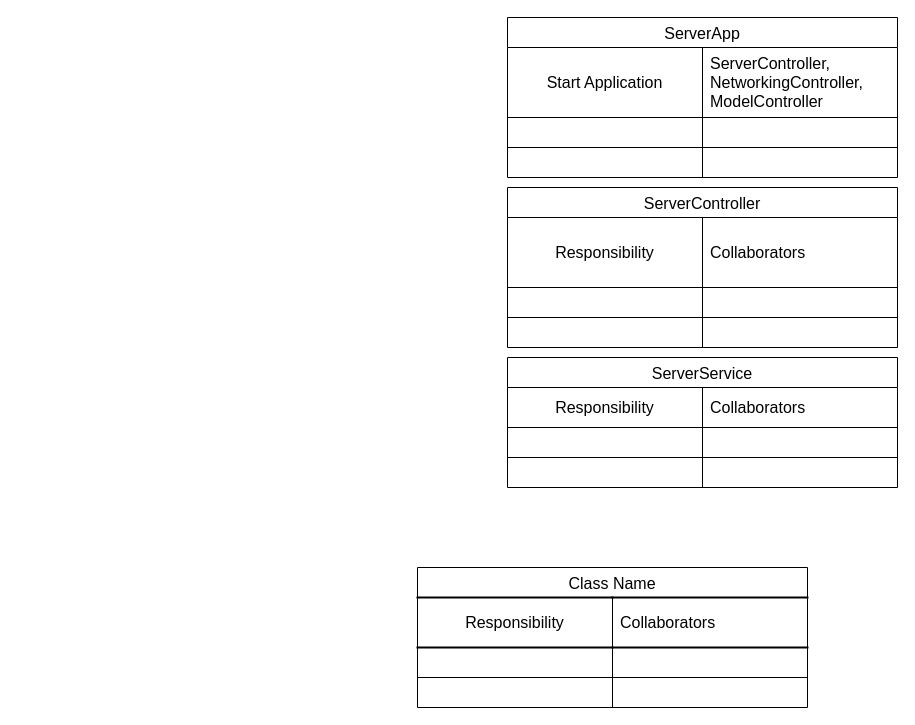
Before: page "CRC" (3 of 3) of Documentation/ImagesAndDiagrams/UMLDiagram.drawio in ForMaLTeC/Forensic-WhisperDeskZH-Word-Add-In, a draw.io diagram. Source tidied: cells renumbered, new cells numbered last; positions are measured from the earlier drawing's top-left corner, leaving out a move shared by most shapes. Both pictures are drawn from the tidied source at 100%, with x=0, y=0 at pixel (417, 17).
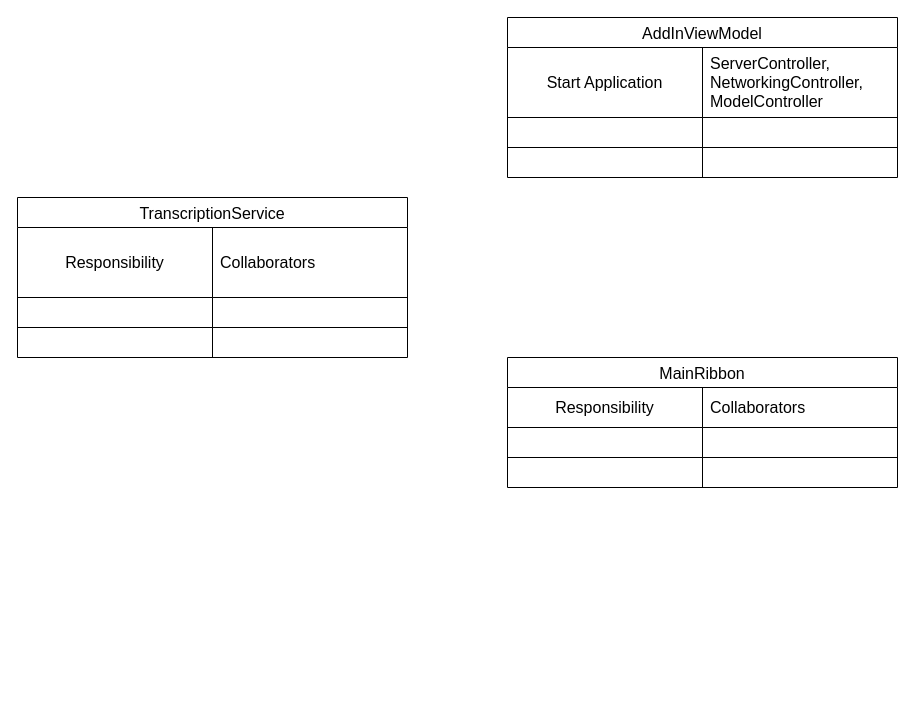
Above is the later version.

What changed in the source:
```diff
@@
-    <mxCell id="2" value="ServerController" style="shape=table;startSize=30;childLayout=tableLayout;rowLines=1;fontStyle=0;strokeColor=default;fontSize=16;" parent="1" vertex="1">
-      <mxGeometry x="90" y="170" width="390" height="160" as="geometry" />
+    <mxCell id="2" value="TranscriptionService" style="shape=table;startSize=30;childLayout=tableLayout;rowLines=1;fontStyle=0;strokeColor=default;fontSize=16;" parent="1" vertex="1">
+      <mxGeometry x="-400" y="180" width="390" height="160" as="geometry" />
     </mxCell>
@@
-    <mxCell id="12" value="ServerApp" style="shape=table;startSize=30;childLayout=tableLayout;rowLines=1;fontStyle=0;strokeColor=default;fontSize=16;" parent="1" vertex="1">
+    <mxCell id="12" value="AddInViewModel" style="shape=table;startSize=30;childLayout=tableLayout;rowLines=1;fontStyle=0;strokeColor=default;fontSize=16;" parent="1" vertex="1">
       <mxGeometry x="90" width="390" height="160" as="geometry" />
     </mxCell>
@@
-    <mxCell id="22" value="ServerService" style="shape=table;startSize=30;childLayout=tableLayout;rowLines=1;fontStyle=0;strokeColor=default;fontSize=16;" parent="1" vertex="1">
+    <mxCell id="22" value="MainRibbon" style="shape=table;startSize=30;childLayout=tableLayout;rowLines=1;fontStyle=0;strokeColor=default;fontSize=16;" parent="1" vertex="1">
       <mxGeometry x="90" y="340" width="390" height="130" as="geometry" />
     </mxCell>
@@
-    <mxCell id="32" value="Class Name" style="shape=table;startSize=30;childLayout=tableLayout;rowLines=1;fontStyle=0;strokeColor=default;fontSize=16;strokeWidth=1;" parent="1" vertex="1">
-      <mxGeometry y="550" width="390" height="140" as="geometry" />
-    </mxCell>
-    <mxCell id="33" style="shape=tableRow;horizontal=0;startSize=0;swimlaneHead=0;swimlaneBody=0;top=0;left=0;bottom=0;right=0;fillColor=none;strokeColor=inherit;fontSize=16;" parent="32" vertex="1">
-      <mxGeometry y="30" width="390" height="50" as="geometry" />
-    </mxCell>
-    <mxCell id="34" value="Responsibility" style="shape=partialRectangle;html=1;whiteSpace=wrap;fillColor=none;top=1;left=0;bottom=1;right=0;overflow=hidden;strokeColor=inherit;fontSize=16;strokeWidth=2;" parent="33" vertex="1">
-      <mxGeometry width="195" height="50" as="geometry" />
-    </mxCell>
-    <mxCell id="35" value="Collaborators" style="shape=partialRectangle;html=1;whiteSpace=wrap;fillColor=none;top=1;left=0;bottom=1;right=0;align=left;spacingLeft=6;overflow=hidden;strokeColor=inherit;fontSize=16;strokeWidth=2;" parent="33" vertex="1">
-      <mxGeometry x="195" width="195" height="50" as="geometry" />
-    </mxCell>
-    <mxCell id="36" style="shape=tableRow;horizontal=0;startSize=0;swimlaneHead=0;swimlaneBody=0;top=0;left=0;bottom=0;right=0;fillColor=none;strokeColor=inherit;fontSize=16;" parent="32" vertex="1">
-      <mxGeometry y="80" width="390" height="30" as="geometry" />
-    </mxCell>
-    <mxCell id="37" style="shape=partialRectangle;html=1;whiteSpace=wrap;fillColor=none;top=0;left=0;bottom=0;right=0;overflow=hidden;strokeColor=inherit;fontSize=16;" parent="36" vertex="1">
-      <mxGeometry width="195" height="30" as="geometry" />
-    </mxCell>
-    <mxCell id="38" style="shape=partialRectangle;html=1;whiteSpace=wrap;fillColor=none;top=0;left=0;bottom=0;right=0;align=left;spacingLeft=6;overflow=hidden;strokeColor=inherit;fontSize=16;" parent="36" vertex="1">
-      <mxGeometry x="195" width="195" height="30" as="geometry" />
-    </mxCell>
-    <mxCell id="39" style="shape=tableRow;horizontal=0;startSize=0;swimlaneHead=0;swimlaneBody=0;top=0;left=0;bottom=0;right=0;fillColor=none;strokeColor=inherit;fontSize=16;" parent="32" vertex="1">
-      <mxGeometry y="110" width="390" height="30" as="geometry" />
-    </mxCell>
-    <mxCell id="40" style="shape=partialRectangle;html=1;whiteSpace=wrap;fillColor=none;top=0;left=0;bottom=0;right=0;overflow=hidden;strokeColor=inherit;fontSize=16;" parent="39" vertex="1">
-      <mxGeometry width="195" height="30" as="geometry" />
-    </mxCell>
-    <mxCell id="41" style="shape=partialRectangle;html=1;whiteSpace=wrap;fillColor=none;top=0;left=0;bottom=0;right=0;align=left;spacingLeft=6;overflow=hidden;strokeColor=inherit;fontSize=16;" parent="39" vertex="1">
-      <mxGeometry x="195" width="195" height="30" as="geometry" />
-    </mxCell>
```
